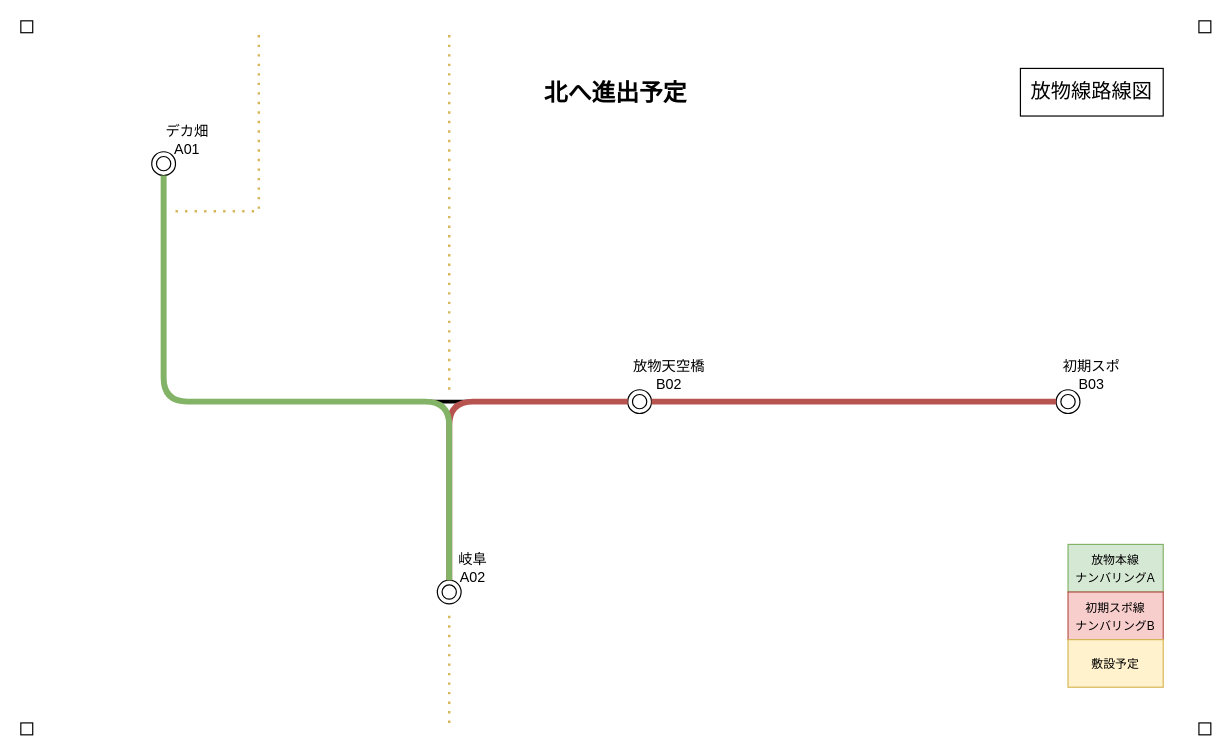
Above: バリン鯖放物線.drawio in chainsawsteel1/drawio-files (draw.io), before the change. Source tidied: cells renumbered, new cells numbered last; positions are measured from the earlier drawing's top-left corner, leaving out a move shared by most shapes. Both pictures are drawn from the tidied source at 119%, with x=0, y=0 at pixel (20, 20).
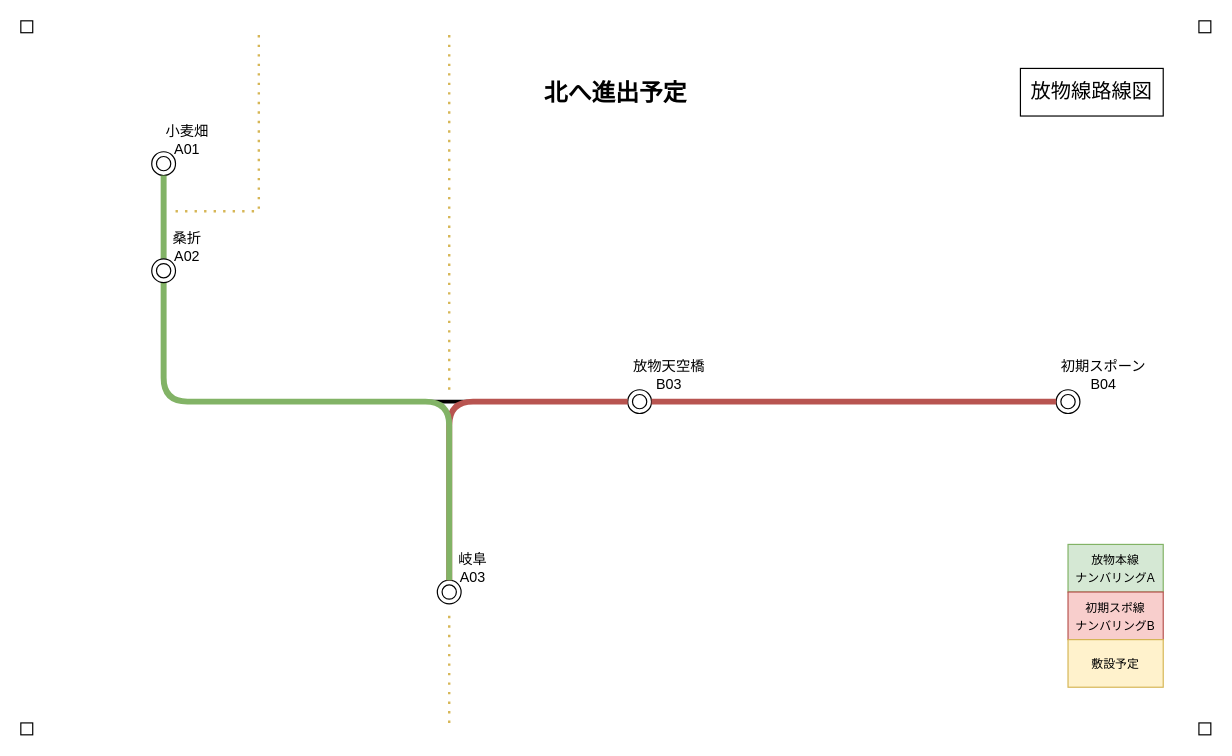
The same page after the edit.

Commit message:
バリン鯖放物線.drawio を更新します

The change refers to these unchanged cells:
```xml
<mxCell id="2" style="ellipse;shape=doubleEllipse;whiteSpace=wrap;html=1;" parent="1" vertex="1">
  <mxGeometry x="350" y="470" width="20" height="20" as="geometry" />
</mxCell>
<mxCell id="3" style="ellipse;shape=doubleEllipse;whiteSpace=wrap;html=1;" parent="1" vertex="1">
  <mxGeometry x="110" y="110" width="20" height="20" as="geometry" />
</mxCell>
```

Change to the diagram source:
```diff
@@
-    <mxCell id="7" value="&lt;div&gt;デカ畑&lt;/div&gt;A01" style="text;html=1;align=center;verticalAlign=middle;whiteSpace=wrap;rounded=0;" parent="1" vertex="1">
+    <mxCell id="7" value="&lt;div&gt;小麦畑&lt;br&gt;&lt;/div&gt;A01" style="text;html=1;align=center;verticalAlign=middle;whiteSpace=wrap;rounded=0;" parent="1" vertex="1">
       <mxGeometry x="110" y="80" width="60" height="40" as="geometry" />
     </mxCell>
-    <mxCell id="8" value="&lt;div&gt;岐阜&lt;/div&gt;A02" style="text;html=1;align=center;verticalAlign=middle;whiteSpace=wrap;rounded=0;" parent="1" vertex="1">
+    <mxCell id="8" value="&lt;div&gt;岐阜&lt;/div&gt;A03" style="text;html=1;align=center;verticalAlign=middle;whiteSpace=wrap;rounded=0;" parent="1" vertex="1">
       <mxGeometry x="350" y="440" width="60" height="40" as="geometry" />
     </mxCell>
-    <mxCell id="9" value="&lt;div&gt;放物天空橋&lt;/div&gt;B02" style="text;html=1;align=center;verticalAlign=middle;whiteSpace=wrap;rounded=0;" parent="1" vertex="1">
+    <mxCell id="9" value="&lt;div&gt;放物天空橋&lt;/div&gt;B03" style="text;html=1;align=center;verticalAlign=middle;whiteSpace=wrap;rounded=0;" parent="1" vertex="1">
       <mxGeometry x="510" y="280" width="70" height="35" as="geometry" />
     </mxCell>
-    <mxCell id="10" value="&lt;div&gt;初期スポ&lt;/div&gt;B03" style="text;html=1;align=center;verticalAlign=middle;whiteSpace=wrap;rounded=0;" parent="1" vertex="1">
-      <mxGeometry x="870" y="280" width="60" height="35" as="geometry" />
+    <mxCell id="10" value="&lt;div&gt;初期スポーン&lt;br&gt;&lt;/div&gt;B04" style="text;html=1;align=center;verticalAlign=middle;whiteSpace=wrap;rounded=0;" parent="1" vertex="1">
+      <mxGeometry x="870" y="280" width="80" height="35" as="geometry" />
     </mxCell>
@@
-    <mxCell id="17" style="endArrow=none;html=1;rounded=0;fillColor=#d5e8d4;strokeColor=#82b366;strokeWidth=5;exitX=0.5;exitY=1;exitDx=0;exitDy=0;entryX=0.5;entryY=0;entryDx=0;entryDy=0;curved=1;" parent="1" edge="1" source="3" target="2">
+    <mxCell id="17" style="endArrow=none;html=1;rounded=0;fillColor=#d5e8d4;strokeColor=#82b366;strokeWidth=5;exitX=0.5;exitY=1;exitDx=0;exitDy=0;entryX=0.5;entryY=0;entryDx=0;entryDy=0;curved=1;" parent="1" edge="1" source="27" target="2">
       <mxGeometry relative="1" as="geometry">
         <Array as="points">
           <mxPoint x="120" y="280" />
           <mxPoint x="120" y="320" />
           <mxPoint x="160" y="320" />
           <mxPoint x="320" y="320" />
           <mxPoint x="360" y="320" />
           <mxPoint x="360" y="360" />
         </Array>
       </mxGeometry>
     </mxCell>
@@
+    <mxCell id="26" style="endArrow=none;html=1;rounded=0;fillColor=#d5e8d4;strokeColor=#82b366;strokeWidth=5;exitX=0.5;exitY=1;exitDx=0;exitDy=0;entryX=0.5;entryY=0;entryDx=0;entryDy=0;curved=1;" parent="1" edge="1" source="3" target="27">
+      <mxGeometry relative="1" as="geometry" />
+    </mxCell>
+    <mxCell id="27" style="ellipse;shape=doubleEllipse;whiteSpace=wrap;html=1;" parent="1" vertex="1">
+      <mxGeometry x="110" y="200" width="20" height="20" as="geometry" />
+    </mxCell>
+    <mxCell id="28" value="&lt;div&gt;桑折&lt;br&gt;&lt;/div&gt;A02" style="text;html=1;align=center;verticalAlign=middle;whiteSpace=wrap;rounded=0;" parent="1" vertex="1">
+      <mxGeometry x="110" y="170" width="60" height="40" as="geometry" />
+    </mxCell>
```
